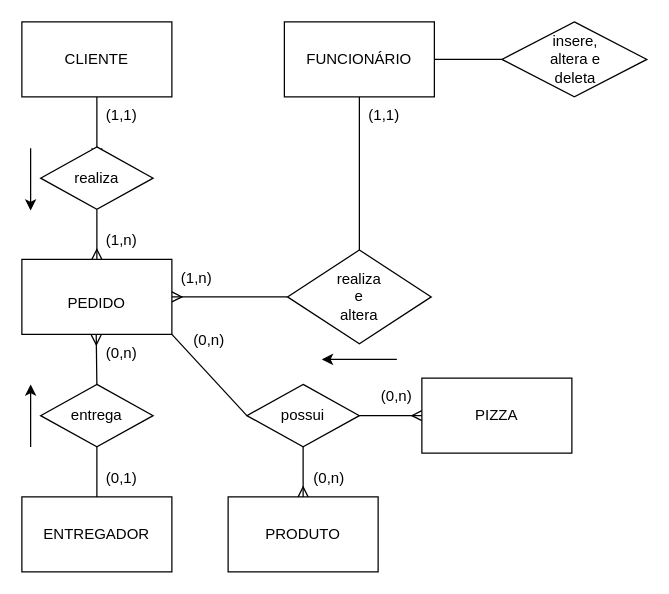
The draw.io diagram docs/Diagrama conceitual.drawio in gabrielruizmb/pizzaria-api, before the edit. Source tidied: cells renumbered, new cells numbered last; positions are measured from the earlier drawing's top-left corner, leaving out a move shared by most shapes. Both pictures are drawn from the tidied source at 125%, with x=0, y=0 at pixel (21, -16).
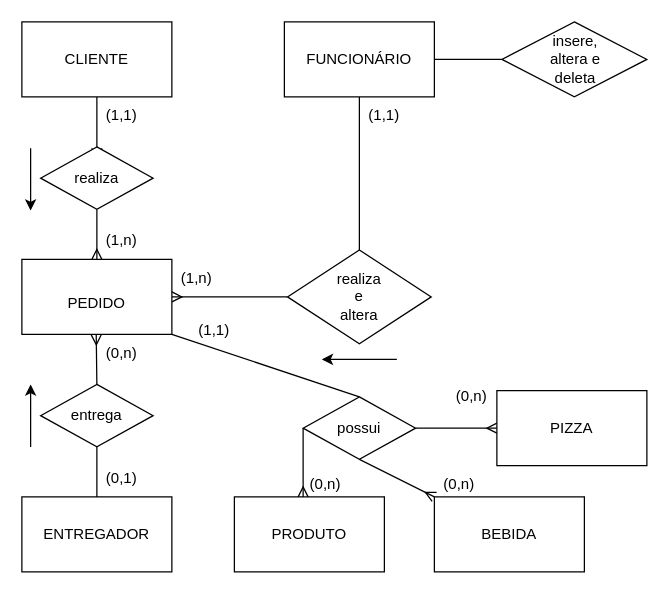
The same diagram, later.

Unchanged cells that the change refers to:
```xml
<mxCell id="11" style="rounded=0;whiteSpace=wrap;html=1;" parent="1" vertex="1">
  <mxGeometry y="220" width="120" height="60" as="geometry" />
</mxCell>
```

Change to the diagram source:
```diff
@@
-    <mxCell id="10" style="rounded=0;jettySize=auto;html=1;exitX=1;exitY=1;exitDx=0;exitDy=0;entryX=0;entryY=0.5;entryDx=0;entryDy=0;endArrow=none;endFill=0;" parent="1" edge="1" source="11" target="44">
+    <mxCell id="10" style="rounded=0;jettySize=auto;html=1;exitX=1;exitY=1;exitDx=0;exitDy=0;entryX=0.5;entryY=0;entryDx=0;entryDy=0;endArrow=none;endFill=0;" parent="1" edge="1" source="11" target="44">
       <mxGeometry relative="1" as="geometry" />
     </mxCell>
@@
     <mxCell id="40" style="rounded=0;whiteSpace=wrap;html=1;" parent="1" vertex="1">
-      <mxGeometry x="165" y="410" width="120" height="60" as="geometry" />
+      <mxGeometry x="170" y="410" width="120" height="60" as="geometry" />
     </mxCell>
     <mxCell id="41" value="PRODUTO" style="text;html=1;strokeColor=none;fillColor=none;align=center;verticalAlign=middle;whiteSpace=wrap;rounded=0;" parent="1" vertex="1">
-      <mxGeometry x="195" y="425" width="60" height="30" as="geometry" />
+      <mxGeometry x="200" y="425" width="60" height="30" as="geometry" />
     </mxCell>
-    <mxCell id="42" style="edgeStyle=orthogonalEdgeStyle;rounded=0;jettySize=auto;html=1;exitX=0.5;exitY=1;exitDx=0;exitDy=0;entryX=0.5;entryY=0;entryDx=0;entryDy=0;endArrow=ERmany;endFill=0;" parent="1" edge="1" source="44" target="40">
-      <mxGeometry relative="1" as="geometry" />
+    <mxCell id="42" style="rounded=0;jettySize=auto;html=1;exitX=0;exitY=0.5;exitDx=0;exitDy=0;endArrow=ERmany;endFill=0;" parent="1" edge="1" source="44">
+      <mxGeometry relative="1" as="geometry">
+        <mxPoint x="225" y="410" as="targetPoint" />
+      </mxGeometry>
     </mxCell>
@@
+    <mxCell id="51" style="rounded=0;jettySize=auto;html=1;exitX=0.5;exitY=1;exitDx=0;exitDy=0;entryX=0;entryY=0;entryDx=0;entryDy=0;endArrow=ERmany;endFill=0;" parent="1" edge="1" source="44" target="52">
+      <mxGeometry relative="1" as="geometry" />
+    </mxCell>
     <mxCell id="44" style="rhombus;whiteSpace=wrap;html=1;" parent="1" vertex="1">
-      <mxGeometry x="180" y="320" width="90" height="50" as="geometry" />
+      <mxGeometry x="225" y="330" width="90" height="50" as="geometry" />
     </mxCell>
     <mxCell id="45" value="possui" style="text;html=1;strokeColor=none;fillColor=none;align=center;verticalAlign=middle;whiteSpace=wrap;rounded=0;" parent="1" vertex="1">
-      <mxGeometry x="195" y="330" width="60" height="30" as="geometry" />
+      <mxGeometry x="240" y="340" width="60" height="30" as="geometry" />
     </mxCell>
     <mxCell id="46" style="rounded=0;whiteSpace=wrap;html=1;" parent="1" vertex="1">
-      <mxGeometry x="320" y="315" width="120" height="60" as="geometry" />
+      <mxGeometry x="380" y="325" width="120" height="60" as="geometry" />
     </mxCell>
     <mxCell id="47" value="PIZZA" style="text;html=1;strokeColor=none;fillColor=none;align=center;verticalAlign=middle;whiteSpace=wrap;rounded=0;" parent="1" vertex="1">
-      <mxGeometry x="350" y="330" width="60" height="30" as="geometry" />
+      <mxGeometry x="410" y="340" width="60" height="30" as="geometry" />
     </mxCell>
-    <mxCell id="48" value="(0,n)" style="text;html=1;strokeColor=none;fillColor=none;align=center;verticalAlign=middle;whiteSpace=wrap;rounded=0;" parent="1" vertex="1">
-      <mxGeometry x="120" y="270" width="60" height="30" as="geometry" />
+    <mxCell id="48" value="(1,1)" style="text;html=1;strokeColor=none;fillColor=none;align=center;verticalAlign=middle;whiteSpace=wrap;rounded=0;" parent="1" vertex="1">
+      <mxGeometry x="124" y="262" width="60" height="30" as="geometry" />
     </mxCell>
     <mxCell id="49" value="(0,n)" style="text;html=1;strokeColor=none;fillColor=none;align=center;verticalAlign=middle;whiteSpace=wrap;rounded=0;" parent="1" vertex="1">
-      <mxGeometry x="216" y="380" width="60" height="30" as="geometry" />
+      <mxGeometry x="212.5" y="385" width="60" height="30" as="geometry" />
     </mxCell>
     <mxCell id="50" value="(0,n)" style="text;html=1;strokeColor=none;fillColor=none;align=center;verticalAlign=middle;whiteSpace=wrap;rounded=0;" parent="1" vertex="1">
-      <mxGeometry x="270" y="315" width="60" height="30" as="geometry" />
+      <mxGeometry x="330" y="315" width="60" height="30" as="geometry" />
     </mxCell>
+    <mxCell id="52" style="rounded=0;whiteSpace=wrap;html=1;" parent="1" vertex="1">
+      <mxGeometry x="330" y="410" width="120" height="60" as="geometry" />
+    </mxCell>
+    <mxCell id="53" value="BEBIDA" style="text;html=1;strokeColor=none;fillColor=none;align=center;verticalAlign=middle;whiteSpace=wrap;rounded=0;" parent="1" vertex="1">
+      <mxGeometry x="360" y="425" width="60" height="30" as="geometry" />
+    </mxCell>
+    <mxCell id="54" value="(0,n)" style="text;html=1;strokeColor=none;fillColor=none;align=center;verticalAlign=middle;whiteSpace=wrap;rounded=0;" parent="1" vertex="1">
+      <mxGeometry x="320" y="385" width="60" height="30" as="geometry" />
+    </mxCell>
```
